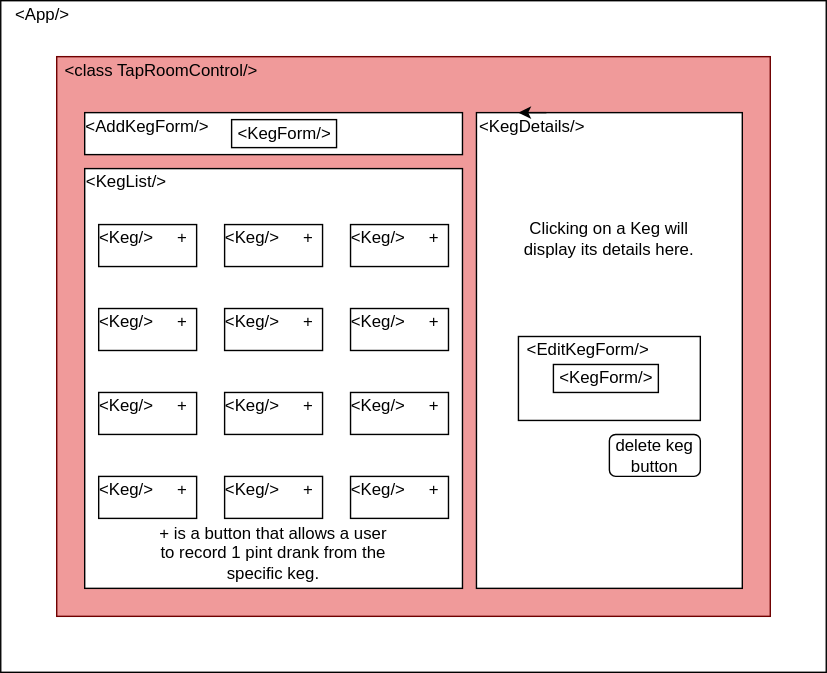
Before: taproom.svg, a diagram exported from draw.io (efirpo/taproom-7-2). Source tidied: cells renumbered, new cells last; positions are measured from the earlier drawing's top-left corner, leaving out a move shared by most shapes.
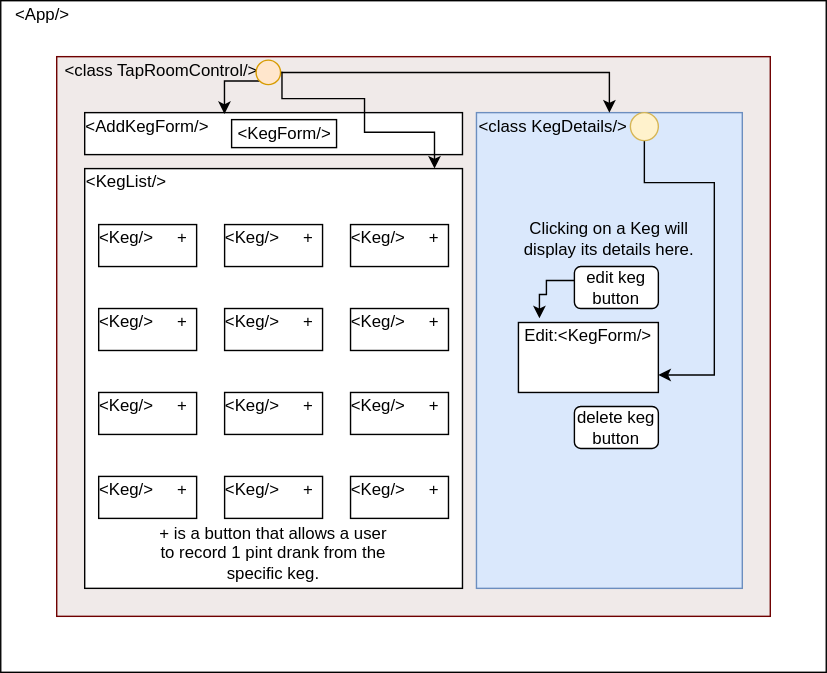
After the commit.

Commit message:
edit component diagram

The edit, as a diff of the source:
```diff
@@ -8,7 +8,7 @@
     <mxCell id="3" value="&amp;lt;App/&amp;gt;" style="text;html=1;strokeColor=none;fillColor=none;align=center;verticalAlign=middle;whiteSpace=wrap;rounded=0;" parent="1" vertex="1">
       <mxGeometry x="10" width="40" height="20" as="geometry" />
     </mxCell>
-    <mxCell id="4" style="rounded=0;whiteSpace=wrap;html=1;strokeColor=#6F0000;fontColor=#ffffff;fillColor=#F09A9A;" parent="1" vertex="1">
+    <mxCell id="4" style="rounded=0;whiteSpace=wrap;html=1;strokeColor=#6F0000;fontColor=#ffffff;fillColor=#F0EAE9;" parent="1" vertex="1">
       <mxGeometry x="40" y="40" width="510" height="400" as="geometry" />
     </mxCell>
     <mxCell id="5" value="&amp;lt;class TapRoomControl/&amp;gt;" style="text;html=1;strokeColor=none;fillColor=none;align=center;verticalAlign=middle;whiteSpace=wrap;rounded=0;" parent="1" vertex="1">
@@ -23,18 +23,12 @@
     <mxCell id="8" style="rounded=0;whiteSpace=wrap;html=1;" parent="1" vertex="1">
       <mxGeometry x="60" y="120" width="270" height="300" as="geometry" />
     </mxCell>
-    <mxCell id="9" style="rounded=0;whiteSpace=wrap;html=1;" parent="1" vertex="1">
+    <mxCell id="9" style="rounded=0;whiteSpace=wrap;html=1;fillColor=#dae8fc;strokeColor=#6c8ebf;" parent="1" vertex="1">
       <mxGeometry x="340" y="80" width="190" height="340" as="geometry" />
     </mxCell>
-    <mxCell id="10" value="&amp;lt;KegDetails/&amp;gt;" style="text;html=1;strokeColor=none;fillColor=none;align=center;verticalAlign=middle;whiteSpace=wrap;rounded=0;" parent="1" vertex="1">
-      <mxGeometry x="360" y="80" width="40" height="20" as="geometry" />
+    <mxCell id="10" value="&amp;lt;class KegDetails/&amp;gt;" style="text;html=1;strokeColor=none;fillColor=none;align=center;verticalAlign=middle;whiteSpace=wrap;rounded=0;" parent="1" vertex="1">
+      <mxGeometry x="340" y="80" width="110" height="20" as="geometry" />
     </mxCell>
-    <mxCell id="11" style="rounded=0;whiteSpace=wrap;html=1;" parent="1" vertex="1">
-      <mxGeometry x="370" y="240" width="130" height="60" as="geometry" />
-    </mxCell>
-    <mxCell id="12" value="&amp;lt;EditKegForm/&amp;gt;" style="text;html=1;strokeColor=none;fillColor=none;align=center;verticalAlign=middle;whiteSpace=wrap;rounded=0;" parent="1" vertex="1">
-      <mxGeometry x="400" y="240" width="40" height="20" as="geometry" />
-    </mxCell>
     <mxCell id="13" style="rounded=0;whiteSpace=wrap;html=1;" parent="1" vertex="1">
       <mxGeometry x="70" y="160" width="70" height="30" as="geometry" />
     </mxCell>
@@ -147,7 +141,7 @@
       <mxGeometry x="290" y="340" width="40" height="20" as="geometry" />
     </mxCell>
     <mxCell id="50" value="delete keg button" style="rounded=1;whiteSpace=wrap;html=1;" parent="1" vertex="1">
-      <mxGeometry x="435" y="310" width="65" height="30" as="geometry" />
+      <mxGeometry x="410" y="290" width="60" height="30" as="geometry" />
     </mxCell>
     <mxCell id="51" value="+ is a button that allows a user to record 1 pint drank from&amp;nbsp;the specific keg." style="text;html=1;strokeColor=none;fillColor=none;align=center;verticalAlign=middle;whiteSpace=wrap;rounded=0;" parent="1" vertex="1">
       <mxGeometry x="110" y="390" width="170" height="10" as="geometry" />
@@ -155,14 +149,11 @@
     <mxCell id="52" value="&amp;lt;KegList/&amp;gt;" style="text;html=1;strokeColor=none;fillColor=none;align=center;verticalAlign=middle;whiteSpace=wrap;rounded=0;" parent="1" vertex="1">
       <mxGeometry x="70" y="120" width="40" height="20" as="geometry" />
     </mxCell>
-    <mxCell id="53" style="edgeStyle=orthogonalEdgeStyle;rounded=0;orthogonalLoop=1;jettySize=auto;html=1;exitX=0.75;exitY=0;exitDx=0;exitDy=0;entryX=0.25;entryY=0;entryDx=0;entryDy=0;" parent="1" edge="1" source="10" target="10">
-      <mxGeometry relative="1" as="geometry" />
-    </mxCell>
     <mxCell id="54" style="rounded=0;whiteSpace=wrap;html=1;" parent="1" vertex="1">
-      <mxGeometry x="395" y="260" width="75" height="20" as="geometry" />
+      <mxGeometry x="370" y="230" width="100" height="50" as="geometry" />
     </mxCell>
-    <mxCell id="55" value="&amp;lt;KegForm/&amp;gt;" style="text;html=1;strokeColor=none;fillColor=none;align=center;verticalAlign=middle;whiteSpace=wrap;rounded=0;" parent="1" vertex="1">
-      <mxGeometry x="412.5" y="260" width="40" height="20" as="geometry" />
+    <mxCell id="55" value="Edit:&amp;lt;KegForm/&amp;gt;" style="text;html=1;strokeColor=none;fillColor=none;align=center;verticalAlign=middle;whiteSpace=wrap;rounded=0;" parent="1" vertex="1">
+      <mxGeometry x="370" y="230" width="100" height="20" as="geometry" />
     </mxCell>
     <mxCell id="56" style="rounded=0;whiteSpace=wrap;html=1;" parent="1" vertex="1">
       <mxGeometry x="165" y="85" width="75" height="20" as="geometry" />
@@ -170,5 +161,48 @@
     <mxCell id="57" value="&amp;lt;KegForm/&amp;gt;" style="text;html=1;strokeColor=none;fillColor=none;align=center;verticalAlign=middle;whiteSpace=wrap;rounded=0;" parent="1" vertex="1">
       <mxGeometry x="182.5" y="85" width="40" height="20" as="geometry" />
     </mxCell>
+    <mxCell id="58" style="edgeStyle=orthogonalEdgeStyle;rounded=0;jettySize=auto;html=1;" parent="1" edge="1" source="61" target="9">
+      <mxGeometry relative="1" as="geometry" />
+    </mxCell>
+    <mxCell id="59" style="edgeStyle=orthogonalEdgeStyle;rounded=0;jettySize=auto;html=1;exitX=0;exitY=1;exitDx=0;exitDy=0;entryX=0.37;entryY=0.033;entryDx=0;entryDy=0;entryPerimeter=0;" parent="1" edge="1" source="61" target="6">
+      <mxGeometry relative="1" as="geometry" />
+    </mxCell>
+    <mxCell id="60" style="edgeStyle=orthogonalEdgeStyle;rounded=0;jettySize=auto;html=1;entryX=0.926;entryY=0;entryDx=0;entryDy=0;entryPerimeter=0;" parent="1" edge="1" source="61" target="8">
+      <mxGeometry relative="1" as="geometry">
+        <Array as="points">
+          <mxPoint x="201" y="70" />
+          <mxPoint x="260" y="70" />
+          <mxPoint x="260" y="94" />
+          <mxPoint x="310" y="94" />
+        </Array>
+      </mxGeometry>
+    </mxCell>
+    <mxCell id="61" style="ellipse;whiteSpace=wrap;html=1;fillColor=#ffe6cc;strokeColor=#d79b00;" parent="1" vertex="1">
+      <mxGeometry x="182.5" y="42.5" width="17.5" height="17.5" as="geometry" />
+    </mxCell>
+    <mxCell id="62" style="edgeStyle=orthogonalEdgeStyle;rounded=0;jettySize=auto;html=1;entryX=1;entryY=0.75;entryDx=0;entryDy=0;" parent="1" edge="1" source="63" target="54">
+      <mxGeometry relative="1" as="geometry">
+        <Array as="points">
+          <mxPoint x="460" y="130" />
+          <mxPoint x="510" y="130" />
+          <mxPoint x="510" y="268" />
+        </Array>
+      </mxGeometry>
+    </mxCell>
+    <mxCell id="63" style="ellipse;whiteSpace=wrap;html=1;fillColor=#fff2cc;strokeColor=#d6b656;" parent="1" vertex="1">
+      <mxGeometry x="450" y="80" width="20" height="20" as="geometry" />
+    </mxCell>
+    <mxCell id="64" style="edgeStyle=orthogonalEdgeStyle;rounded=0;jettySize=auto;html=1;entryX=0.15;entryY=-0.15;entryDx=0;entryDy=0;entryPerimeter=0;" parent="1" edge="1" source="65" target="55">
+      <mxGeometry relative="1" as="geometry">
+        <Array as="points">
+          <mxPoint x="390" y="200" />
+          <mxPoint x="390" y="210" />
+          <mxPoint x="385" y="210" />
+        </Array>
+      </mxGeometry>
+    </mxCell>
+    <mxCell id="65" value="edit keg button" style="rounded=1;whiteSpace=wrap;html=1;" parent="1" vertex="1">
+      <mxGeometry x="410" y="190" width="60" height="30" as="geometry" />
+    </mxCell>
   </root>
 </mxGraphModel>
```
